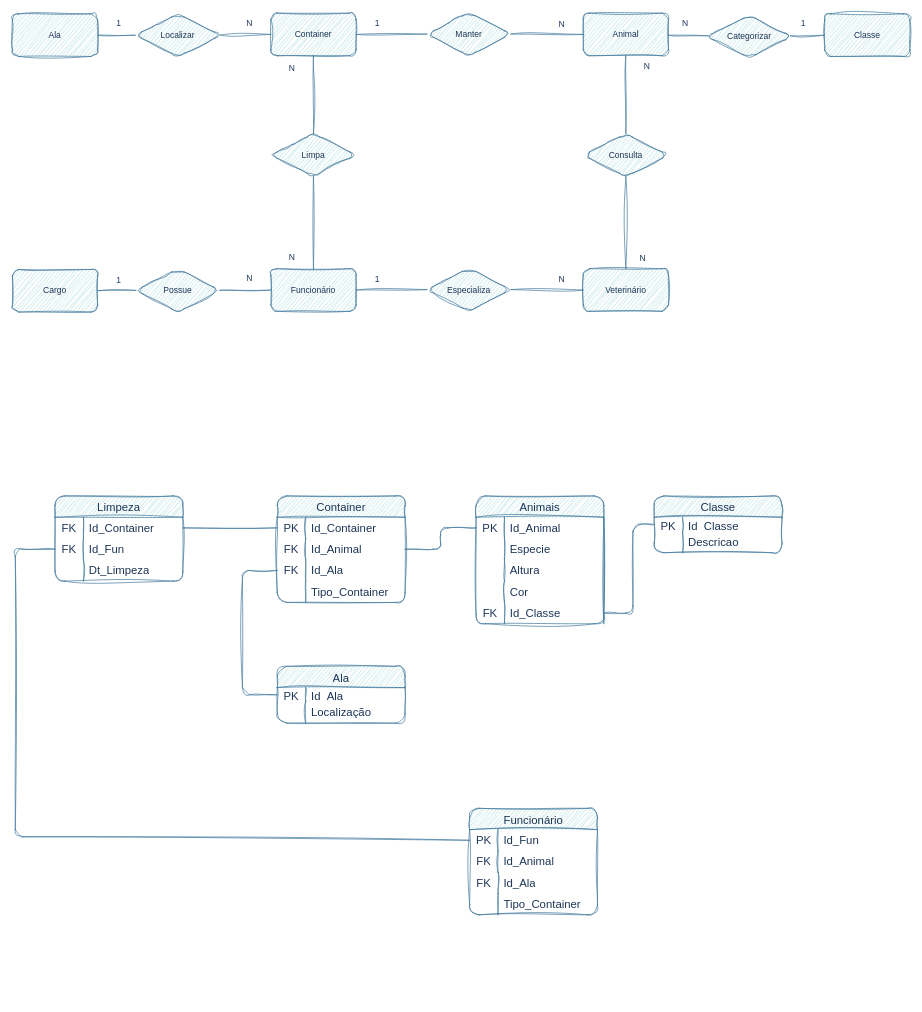
Endrigogustavo/2Ano-ETEC keeps this draw.io diagram as ETEC/DB/Atvs/Diagrama sem nome.drawio. Above is the earlier version. Source tidied: cells renumbered, new cells numbered last; positions are measured from the earlier drawing's top-left corner, leaving out a move shared by most shapes. Both pictures are drawn from the tidied source at 71%, with x=0, y=0 at pixel (12, 12).
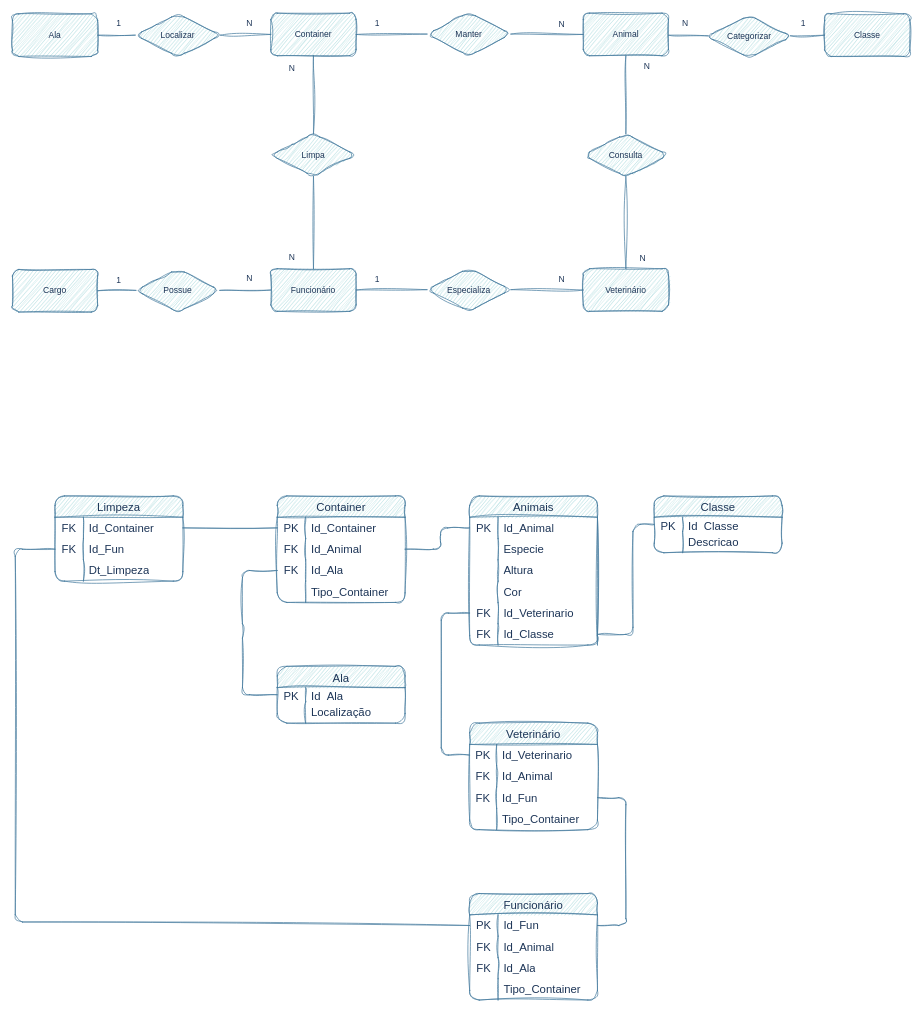
The same diagram, later.

Unchanged cells that the change refers to:
```xml
<mxCell id="42" style="shape=tableRow;horizontal=0;startSize=0;swimlaneHead=0;swimlaneBody=0;top=0;left=0;bottom=0;right=0;fillColor=none;points=[[0,0.5],[1,0.5]];portConstraint=eastwest;strokeColor=#457B9D;fontSize=16;rounded=1;sketch=1;curveFitting=1;jiggle=2;labelBackgroundColor=none;fontColor=#1D3557;" parent="35" vertex="1">
  <mxGeometry y="90" width="180" height="30" as="geometry" />
</mxCell>
<mxCell id="49" style="shape=tableRow;horizontal=0;startSize=0;swimlaneHead=0;swimlaneBody=0;top=0;left=0;bottom=0;right=0;fillColor=none;points=[[0,0.5],[1,0.5]];portConstraint=eastwest;strokeColor=#457B9D;fontSize=16;rounded=1;sketch=1;curveFitting=1;jiggle=2;labelBackgroundColor=none;fontColor=#1D3557;" parent="48" vertex="1">
  <mxGeometry y="30" width="180" height="20" as="geometry" />
</mxCell>
<mxCell id="58" style="shape=tableRow;horizontal=0;startSize=0;swimlaneHead=0;swimlaneBody=0;top=0;left=0;bottom=0;right=0;fillColor=none;points=[[0,0.5],[1,0.5]];portConstraint=eastwest;strokeColor=#457B9D;fontSize=16;rounded=1;sketch=1;curveFitting=1;jiggle=2;labelBackgroundColor=none;fontColor=#1D3557;" parent="57" vertex="1">
  <mxGeometry y="30" width="180" height="20" as="geometry" />
</mxCell>
<mxCell id="95" style="shape=tableRow;horizontal=0;startSize=0;swimlaneHead=0;swimlaneBody=0;top=0;left=0;bottom=0;right=0;fillColor=none;points=[[0,0.5],[1,0.5]];portConstraint=eastwest;strokeColor=#457B9D;fontSize=16;rounded=1;sketch=1;curveFitting=1;jiggle=2;labelBackgroundColor=none;fontColor=#1D3557;" parent="91" vertex="1">
  <mxGeometry y="60" width="180" height="30" as="geometry" />
</mxCell>
<mxCell id="103" style="shape=tableRow;horizontal=0;startSize=0;swimlaneHead=0;swimlaneBody=0;top=0;left=0;bottom=0;right=0;fillColor=none;points=[[0,0.5],[1,0.5]];portConstraint=eastwest;strokeColor=#457B9D;fontSize=16;rounded=1;sketch=1;curveFitting=1;jiggle=2;labelBackgroundColor=none;fontColor=#1D3557;" parent="102" vertex="1">
  <mxGeometry y="30" width="180" height="30" as="geometry" />
</mxCell>
```

Change to the diagram source:
```diff
@@
     <mxCell id="18" value="Animais" style="shape=table;startSize=30;childLayout=tableLayout;rowLines=0;fontStyle=0;strokeColor=#457B9D;fontSize=16;rounded=1;sketch=1;curveFitting=1;jiggle=2;labelBackgroundColor=none;fillColor=#A8DADC;fontColor=#1D3557;" parent="1" vertex="1">
-      <mxGeometry x="653" y="681" width="180" height="180" as="geometry" />
+      <mxGeometry x="644" y="681" width="180" height="210" as="geometry" />
     </mxCell>
@@
+    <mxCell id="116" style="shape=tableRow;horizontal=0;startSize=0;swimlaneHead=0;swimlaneBody=0;top=0;left=0;bottom=0;right=0;fillColor=none;points=[[0,0.5],[1,0.5]];portConstraint=eastwest;strokeColor=#457B9D;fontSize=16;rounded=1;sketch=1;curveFitting=1;jiggle=2;labelBackgroundColor=none;fontColor=#1D3557;" parent="18" vertex="1">
+      <mxGeometry y="150" width="180" height="30" as="geometry" />
+    </mxCell>
+    <mxCell id="117" value="FK" style="shape=partialRectangle;html=1;whiteSpace=wrap;fillColor=none;top=0;left=0;bottom=0;right=0;overflow=hidden;strokeColor=#457B9D;fontSize=16;rounded=1;sketch=1;curveFitting=1;jiggle=2;labelBackgroundColor=none;fontColor=#1D3557;" parent="116" vertex="1">
+      <mxGeometry width="40" height="30" as="geometry" />
+    </mxCell>
+    <mxCell id="118" value="Id_Veterinario" style="shape=partialRectangle;html=1;whiteSpace=wrap;fillColor=none;top=0;left=0;bottom=0;right=0;align=left;spacingLeft=6;overflow=hidden;strokeColor=#457B9D;fontSize=16;rounded=1;sketch=1;curveFitting=1;jiggle=2;labelBackgroundColor=none;fontColor=#1D3557;" parent="116" vertex="1">
+      <mxGeometry x="40" width="140" height="30" as="geometry" />
+    </mxCell>
     <mxCell id="31" style="shape=tableRow;horizontal=0;startSize=0;swimlaneHead=0;swimlaneBody=0;top=0;left=0;bottom=0;right=0;fillColor=none;points=[[0,0.5],[1,0.5]];portConstraint=eastwest;strokeColor=#457B9D;fontSize=16;rounded=1;sketch=1;curveFitting=1;jiggle=2;labelBackgroundColor=none;fontColor=#1D3557;" parent="18" vertex="1">
-      <mxGeometry y="150" width="180" height="30" as="geometry" />
+      <mxGeometry y="180" width="180" height="30" as="geometry" />
     </mxCell>
@@
     <mxCell id="56" style="endArrow=none;html=1;rounded=1;exitX=0;exitY=0.5;exitDx=0;exitDy=0;entryX=0;entryY=0.5;entryDx=0;entryDy=0;sketch=1;curveFitting=1;jiggle=2;labelBackgroundColor=none;strokeColor=#457B9D;fontColor=default;" parent="1" edge="1" source="42" target="49">
       <mxGeometry relative="1" as="geometry">
         <Array as="points">
           <mxPoint x="324" y="786" />
+          <mxPoint x="324" y="871" />
           <mxPoint x="324" y="961" />
         </Array>
       </mxGeometry>
     </mxCell>
@@
     <mxCell id="90" style="endArrow=none;html=1;rounded=1;exitX=0;exitY=0.5;exitDx=0;exitDy=0;entryX=1;entryY=0.5;entryDx=0;entryDy=0;sketch=1;curveFitting=1;jiggle=2;labelBackgroundColor=none;strokeColor=#457B9D;fontColor=default;" parent="1" edge="1" source="58" target="31">
       <mxGeometry relative="1" as="geometry">
         <Array as="points">
           <mxPoint x="874" y="721" />
-          <mxPoint x="874" y="846" />
+          <mxPoint x="874" y="876" />
         </Array>
       </mxGeometry>
     </mxCell>
@@
     <mxCell id="102" value="Funcionário" style="shape=table;startSize=30;childLayout=tableLayout;rowLines=0;fontStyle=0;strokeColor=#457B9D;fontSize=16;rounded=1;sketch=1;curveFitting=1;jiggle=2;labelBackgroundColor=none;fillColor=#A8DADC;fontColor=#1D3557;" parent="1" vertex="1">
-      <mxGeometry x="644" y="1121" width="180" height="150" as="geometry" />
+      <mxGeometry x="644" y="1241" width="180" height="150" as="geometry" />
     </mxCell>
@@
     <mxCell id="115" style="endArrow=none;html=1;rounded=1;exitX=0;exitY=0.5;exitDx=0;exitDy=0;entryX=0;entryY=0.5;entryDx=0;entryDy=0;sketch=1;curveFitting=1;jiggle=2;labelBackgroundColor=none;strokeColor=#457B9D;fontColor=default;" parent="1" edge="1" source="103" target="95">
       <mxGeometry relative="1" as="geometry">
         <Array as="points">
-          <mxPoint x="4" y="1161" />
+          <mxPoint x="4" y="1281" />
           <mxPoint x="4" y="756" />
         </Array>
       </mxGeometry>
     </mxCell>
+    <mxCell id="119" value="Veterinário" style="shape=table;startSize=30;childLayout=tableLayout;rowLines=0;fontStyle=0;strokeColor=#457B9D;fontSize=16;rounded=1;sketch=1;curveFitting=1;jiggle=2;labelBackgroundColor=none;fillColor=#A8DADC;fontColor=#1D3557;" parent="1" vertex="1">
+      <mxGeometry x="644" y="1001" width="180" height="150" as="geometry" />
+    </mxCell>
+    <mxCell id="120" style="shape=tableRow;horizontal=0;startSize=0;swimlaneHead=0;swimlaneBody=0;top=0;left=0;bottom=0;right=0;fillColor=none;points=[[0,0.5],[1,0.5]];portConstraint=eastwest;strokeColor=#457B9D;fontSize=16;rounded=1;sketch=1;curveFitting=1;jiggle=2;labelBackgroundColor=none;fontColor=#1D3557;" parent="119" vertex="1">
+      <mxGeometry y="30" width="180" height="30" as="geometry" />
+    </mxCell>
+    <mxCell id="121" value="PK" style="shape=partialRectangle;html=1;whiteSpace=wrap;fillColor=none;top=0;left=0;bottom=0;right=0;overflow=hidden;strokeColor=#457B9D;fontSize=16;rounded=1;sketch=1;curveFitting=1;jiggle=2;labelBackgroundColor=none;fontColor=#1D3557;" parent="120" vertex="1">
+      <mxGeometry width="38" height="30" as="geometry" />
+    </mxCell>
+    <mxCell id="122" value="Id_Veterinario" style="shape=partialRectangle;html=1;whiteSpace=wrap;fillColor=none;top=0;left=0;bottom=0;right=0;align=left;spacingLeft=6;overflow=hidden;strokeColor=#457B9D;fontSize=16;rounded=1;sketch=1;curveFitting=1;jiggle=2;labelBackgroundColor=none;fontColor=#1D3557;" parent="120" vertex="1">
+      <mxGeometry x="38" width="142" height="30" as="geometry" />
+    </mxCell>
+    <mxCell id="123" style="shape=tableRow;horizontal=0;startSize=0;swimlaneHead=0;swimlaneBody=0;top=0;left=0;bottom=0;right=0;fillColor=none;strokeColor=#457B9D;fontSize=16;rounded=1;sketch=1;curveFitting=1;jiggle=2;labelBackgroundColor=none;fontColor=#1D3557;" parent="119" vertex="1">
+      <mxGeometry y="60" width="180" height="30" as="geometry" />
+    </mxCell>
+    <mxCell id="124" value="FK" style="shape=partialRectangle;html=1;whiteSpace=wrap;fillColor=none;top=0;left=0;bottom=0;right=0;overflow=hidden;strokeColor=#457B9D;fontSize=16;rounded=1;sketch=1;curveFitting=1;jiggle=2;labelBackgroundColor=none;fontColor=#1D3557;" parent="123" vertex="1">
+      <mxGeometry width="38" height="30" as="geometry" />
+    </mxCell>
+    <mxCell id="125" value="Id_Animal" style="shape=partialRectangle;html=1;whiteSpace=wrap;fillColor=none;top=0;left=0;bottom=0;right=0;align=left;spacingLeft=6;overflow=hidden;strokeColor=#457B9D;fontSize=16;rounded=1;sketch=1;curveFitting=1;jiggle=2;labelBackgroundColor=none;fontColor=#1D3557;" parent="123" vertex="1">
+      <mxGeometry x="38" width="142" height="30" as="geometry" />
+    </mxCell>
+    <mxCell id="126" style="shape=tableRow;horizontal=0;startSize=0;swimlaneHead=0;swimlaneBody=0;top=0;left=0;bottom=0;right=0;fillColor=none;points=[[0,0.5],[1,0.5]];portConstraint=eastwest;strokeColor=#457B9D;fontSize=16;rounded=1;sketch=1;curveFitting=1;jiggle=2;labelBackgroundColor=none;fontColor=#1D3557;" parent="119" vertex="1">
+      <mxGeometry y="90" width="180" height="30" as="geometry" />
+    </mxCell>
+    <mxCell id="127" value="FK" style="shape=partialRectangle;html=1;whiteSpace=wrap;fillColor=none;top=0;left=0;bottom=0;right=0;overflow=hidden;strokeColor=#457B9D;fontSize=16;rounded=1;sketch=1;curveFitting=1;jiggle=2;labelBackgroundColor=none;fontColor=#1D3557;" parent="126" vertex="1">
+      <mxGeometry width="38" height="30" as="geometry" />
+    </mxCell>
+    <mxCell id="128" value="Id_Fun" style="shape=partialRectangle;html=1;whiteSpace=wrap;fillColor=none;top=0;left=0;bottom=0;right=0;align=left;spacingLeft=6;overflow=hidden;strokeColor=#457B9D;fontSize=16;rounded=1;sketch=1;curveFitting=1;jiggle=2;labelBackgroundColor=none;fontColor=#1D3557;" parent="126" vertex="1">
+      <mxGeometry x="38" width="142" height="30" as="geometry" />
+    </mxCell>
+    <mxCell id="129" style="shape=tableRow;horizontal=0;startSize=0;swimlaneHead=0;swimlaneBody=0;top=0;left=0;bottom=0;right=0;fillColor=none;strokeColor=#457B9D;fontSize=16;rounded=1;sketch=1;curveFitting=1;jiggle=2;labelBackgroundColor=none;fontColor=#1D3557;" parent="119" vertex="1">
+      <mxGeometry y="120" width="180" height="30" as="geometry" />
+    </mxCell>
+    <mxCell id="130" style="shape=partialRectangle;html=1;whiteSpace=wrap;fillColor=none;top=0;left=0;bottom=0;right=0;overflow=hidden;strokeColor=#457B9D;fontSize=16;rounded=1;sketch=1;curveFitting=1;jiggle=2;labelBackgroundColor=none;fontColor=#1D3557;" parent="129" vertex="1">
+      <mxGeometry width="38" height="30" as="geometry" />
+    </mxCell>
+    <mxCell id="131" value="Tipo_Container" style="shape=partialRectangle;html=1;whiteSpace=wrap;fillColor=none;top=0;left=0;bottom=0;right=0;align=left;spacingLeft=6;overflow=hidden;strokeColor=#457B9D;fontSize=16;rounded=1;sketch=1;curveFitting=1;jiggle=2;labelBackgroundColor=none;fontColor=#1D3557;" parent="129" vertex="1">
+      <mxGeometry x="38" width="142" height="30" as="geometry" />
+    </mxCell>
+    <mxCell id="132" style="endArrow=none;html=1;rounded=1;exitX=1;exitY=0.5;exitDx=0;exitDy=0;entryX=1;entryY=0.5;entryDx=0;entryDy=0;sketch=1;curveFitting=1;jiggle=2;labelBackgroundColor=none;strokeColor=#457B9D;fontColor=default;" parent="1" edge="1" source="126" target="103">
+      <mxGeometry relative="1" as="geometry">
+        <Array as="points">
+          <mxPoint x="864" y="1106" />
+          <mxPoint x="864" y="1286" />
+        </Array>
+      </mxGeometry>
+    </mxCell>
+    <mxCell id="133" style="endArrow=none;html=1;rounded=1;exitX=0;exitY=0.5;exitDx=0;exitDy=0;entryX=0;entryY=0.5;entryDx=0;entryDy=0;sketch=1;curveFitting=1;jiggle=2;labelBackgroundColor=none;strokeColor=#457B9D;fontColor=default;" parent="1" edge="1" source="116" target="120">
+      <mxGeometry relative="1" as="geometry">
+        <Array as="points">
+          <mxPoint x="604" y="846" />
+          <mxPoint x="604" y="1046" />
+        </Array>
+      </mxGeometry>
+    </mxCell>
```
